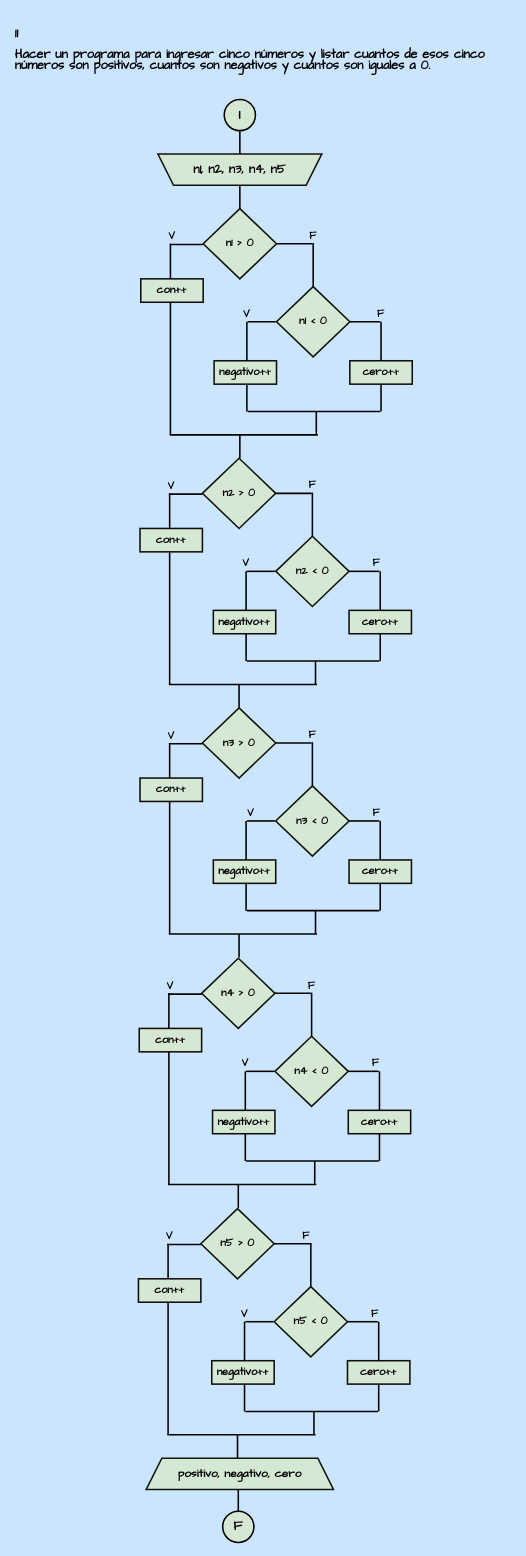
SASOPELANA/UTN_PROGRAMACION1 keeps this draw.io diagram as Unidad2_Condicionales/Diagramas_de_Flujos/Ejercicio11.drawio. Above is the earlier version. Source tidied: cells renumbered, new cells numbered last; positions are measured from the earlier drawing's top-left corner, leaving out a move shared by most shapes. Both pictures are drawn from the tidied source at 78%, with x=0, y=0 at pixel (13, 13).
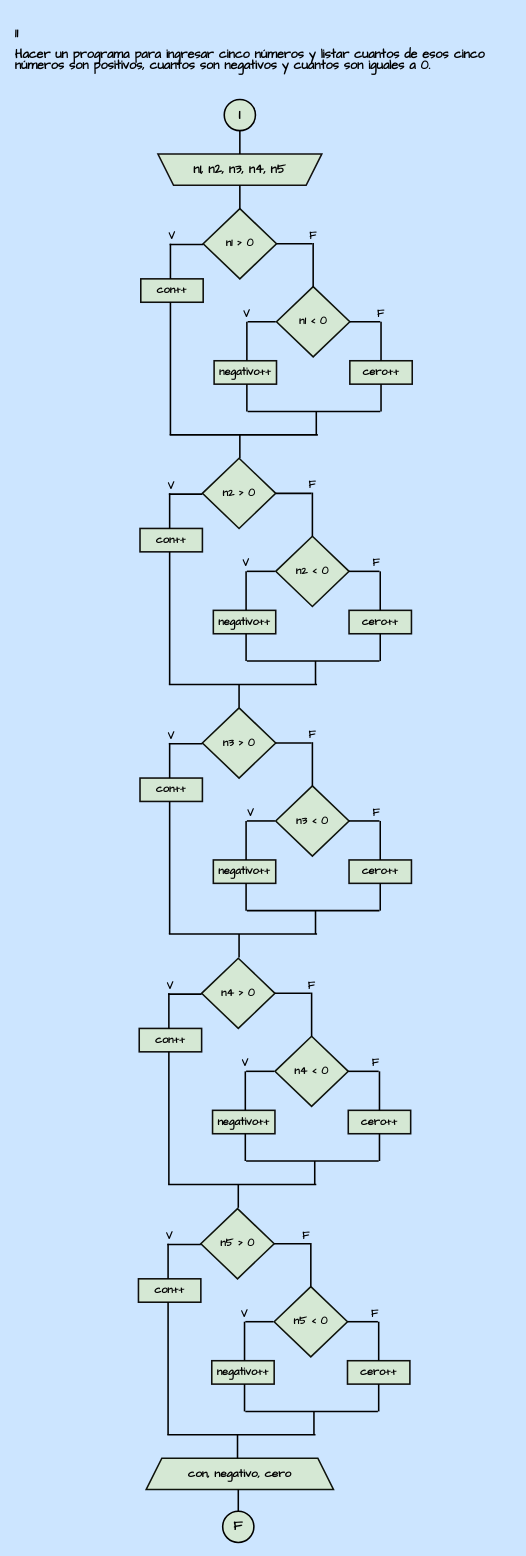
After the change.

Unchanged cells that the change refers to:
```xml
<mxCell id="14" style="group;" parent="4" vertex="1">
  <mxGeometry x="10" y="1742" width="240" height="40" as="geometry" />
</mxCell>
```

Change to the diagram source:
```diff
@@
-    <mxCell id="16" value="&lt;font color=&quot;#000000&quot; size=&quot;1&quot; face=&quot;Comic Sans MS&quot;&gt;&lt;b style=&quot;font-size: 15px;&quot;&gt;positivo, negativo, cero&lt;/b&gt;&lt;/font&gt;" style="text;strokeColor=none;align=center;fillColor=none;html=1;verticalAlign=middle;whiteSpace=wrap;rounded=0;fontFamily=Architects Daughter;" parent="14" vertex="1">
+    <mxCell id="16" value="&lt;font color=&quot;#000000&quot; size=&quot;1&quot; face=&quot;Comic Sans MS&quot;&gt;&lt;b style=&quot;font-size: 15px;&quot;&gt;con, negativo, cero&lt;/b&gt;&lt;/font&gt;" style="text;strokeColor=none;align=center;fillColor=none;html=1;verticalAlign=middle;whiteSpace=wrap;rounded=0;fontFamily=Architects Daughter;" parent="14" vertex="1">
       <mxGeometry x="25" y="10" width="190" height="20" as="geometry" />
     </mxCell>
```
